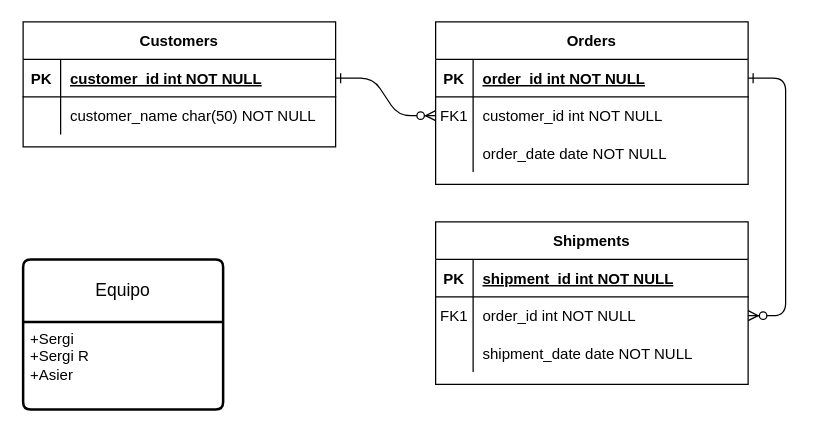
Above: ejercicio7.drawio in AsierGArranz/aga-sru-sa-t-UD12DiagramaER-11102023 (draw.io), before the change. Source tidied: cells renumbered, new cells numbered last; positions are measured from the earlier drawing's top-left corner, leaving out a move shared by most shapes. Both pictures are drawn from the tidied source at 125%, with x=0, y=0 at pixel (22, 21).
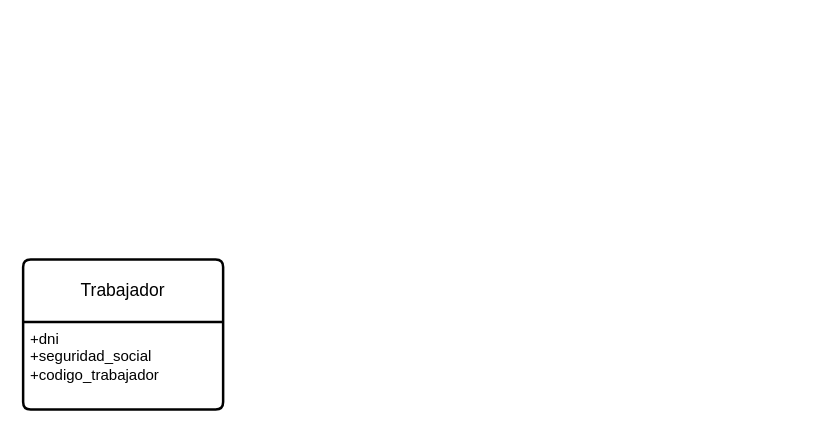
Above is the later version.

What changed in the source:
```diff
@@
-    <mxCell id="2" style="edgeStyle=entityRelationEdgeStyle;endArrow=ERzeroToMany;startArrow=ERone;endFill=1;startFill=0;" parent="1" edge="1" source="25" target="8">
-      <mxGeometry relative="1" as="geometry" />
-    </mxCell>
-    <mxCell id="3" style="edgeStyle=entityRelationEdgeStyle;endArrow=ERzeroToMany;startArrow=ERone;endFill=1;startFill=0;" parent="1" edge="1" source="5" target="18">
-      <mxGeometry relative="1" as="geometry" />
-    </mxCell>
-    <mxCell id="4" value="Orders" style="shape=table;startSize=30;childLayout=tableLayout;rowLines=0;fontStyle=1;align=center;" parent="1" vertex="1">
-      <mxGeometry x="330" width="250" height="130" as="geometry" />
-    </mxCell>
-    <mxCell id="5" style="shape=partialRectangle;fillColor=none;points=[[0,0.5],[1,0.5]];portConstraint=eastwest;top=0;left=0;right=0;bottom=1;" parent="4" vertex="1">
-      <mxGeometry y="30" width="250" height="30" as="geometry" />
-    </mxCell>
-    <mxCell id="6" value="PK" style="shape=partialRectangle;overflow=hidden;fillColor=none;top=0;left=0;bottom=0;right=0;fontStyle=1;" parent="5" vertex="1">
-      <mxGeometry width="30" height="30" as="geometry" />
-    </mxCell>
-    <mxCell id="7" value="order_id int NOT NULL " style="shape=partialRectangle;overflow=hidden;fillColor=none;top=0;left=0;bottom=0;right=0;align=left;spacingLeft=6;fontStyle=5;" parent="5" vertex="1">
-      <mxGeometry x="30" width="220" height="30" as="geometry" />
-    </mxCell>
-    <mxCell id="8" style="shape=partialRectangle;fillColor=none;points=[[0,0.5],[1,0.5]];portConstraint=eastwest;top=0;left=0;right=0;bottom=0;" parent="4" vertex="1">
-      <mxGeometry y="60" width="250" height="30" as="geometry" />
-    </mxCell>
-    <mxCell id="9" value="FK1" style="shape=partialRectangle;overflow=hidden;fillColor=none;top=0;left=0;bottom=0;right=0;" parent="8" vertex="1">
-      <mxGeometry width="30" height="30" as="geometry" />
-    </mxCell>
-    <mxCell id="10" value="customer_id int NOT NULL" style="shape=partialRectangle;overflow=hidden;fillColor=none;top=0;left=0;bottom=0;right=0;align=left;spacingLeft=6;" parent="8" vertex="1">
-      <mxGeometry x="30" width="220" height="30" as="geometry" />
-    </mxCell>
-    <mxCell id="11" style="shape=partialRectangle;fillColor=none;top=0;left=0;right=0;bottom=0;" parent="4" vertex="1">
-      <mxGeometry y="90" width="250" height="30" as="geometry" />
-    </mxCell>
-    <mxCell id="12" style="shape=partialRectangle;overflow=hidden;fillColor=none;top=0;left=0;bottom=0;right=0;" parent="11" vertex="1">
-      <mxGeometry width="30" height="30" as="geometry" />
-    </mxCell>
-    <mxCell id="13" value="order_date date NOT NULL" style="shape=partialRectangle;overflow=hidden;fillColor=none;top=0;left=0;bottom=0;right=0;align=left;spacingLeft=6;" parent="11" vertex="1">
-      <mxGeometry x="30" width="220" height="30" as="geometry" />
-    </mxCell>
-    <mxCell id="14" value="Shipments" style="shape=table;startSize=30;childLayout=tableLayout;rowLines=0;fontStyle=1;align=center;" parent="1" vertex="1">
-      <mxGeometry x="330" y="160" width="250" height="130" as="geometry" />
-    </mxCell>
-    <mxCell id="15" style="shape=partialRectangle;fillColor=none;top=0;left=0;right=0;bottom=1;" parent="14" vertex="1">
-      <mxGeometry y="30" width="250" height="30" as="geometry" />
-    </mxCell>
-    <mxCell id="16" value="PK" style="shape=partialRectangle;overflow=hidden;fillColor=none;top=0;left=0;bottom=0;right=0;fontStyle=1;" parent="15" vertex="1">
-      <mxGeometry width="30" height="30" as="geometry" />
-    </mxCell>
-    <mxCell id="17" value="shipment_id int NOT NULL " style="shape=partialRectangle;overflow=hidden;fillColor=none;top=0;left=0;bottom=0;right=0;align=left;spacingLeft=6;fontStyle=5;" parent="15" vertex="1">
-      <mxGeometry x="30" width="220" height="30" as="geometry" />
-    </mxCell>
-    <mxCell id="18" style="shape=partialRectangle;fillColor=none;points=[[0,0.5],[1,0.5]];portConstraint=eastwest;top=0;left=0;right=0;bottom=0;" parent="14" vertex="1">
-      <mxGeometry y="60" width="250" height="30" as="geometry" />
-    </mxCell>
-    <mxCell id="19" value="FK1" style="shape=partialRectangle;overflow=hidden;fillColor=none;top=0;left=0;bottom=0;right=0;" parent="18" vertex="1">
-      <mxGeometry width="30" height="30" as="geometry" />
-    </mxCell>
-    <mxCell id="20" value="order_id int NOT NULL" style="shape=partialRectangle;overflow=hidden;fillColor=none;top=0;left=0;bottom=0;right=0;align=left;spacingLeft=6;" parent="18" vertex="1">
-      <mxGeometry x="30" width="220" height="30" as="geometry" />
-    </mxCell>
-    <mxCell id="21" style="shape=partialRectangle;fillColor=none;top=0;left=0;right=0;bottom=0;" parent="14" vertex="1">
-      <mxGeometry y="90" width="250" height="30" as="geometry" />
-    </mxCell>
-    <mxCell id="22" style="shape=partialRectangle;overflow=hidden;fillColor=none;top=0;left=0;bottom=0;right=0;" parent="21" vertex="1">
-      <mxGeometry width="30" height="30" as="geometry" />
-    </mxCell>
-    <mxCell id="23" value="shipment_date date NOT NULL" style="shape=partialRectangle;overflow=hidden;fillColor=none;top=0;left=0;bottom=0;right=0;align=left;spacingLeft=6;" parent="21" vertex="1">
-      <mxGeometry x="30" width="220" height="30" as="geometry" />
-    </mxCell>
-    <mxCell id="24" value="Customers" style="shape=table;startSize=30;childLayout=tableLayout;rowLines=0;fontStyle=1;align=center;" parent="1" vertex="1">
-      <mxGeometry width="250" height="100" as="geometry" />
-    </mxCell>
-    <mxCell id="25" style="shape=partialRectangle;fillColor=none;points=[[0,0.5],[1,0.5]];portConstraint=eastwest;top=0;left=0;right=0;bottom=1;" parent="24" vertex="1">
-      <mxGeometry y="30" width="250" height="30" as="geometry" />
-    </mxCell>
-    <mxCell id="26" value="PK" style="shape=partialRectangle;overflow=hidden;fillColor=none;top=0;left=0;bottom=0;right=0;fontStyle=1;" parent="25" vertex="1">
-      <mxGeometry width="30" height="30" as="geometry" />
-    </mxCell>
-    <mxCell id="27" value="customer_id int NOT NULL " style="shape=partialRectangle;overflow=hidden;fillColor=none;top=0;left=0;bottom=0;right=0;align=left;spacingLeft=6;fontStyle=5;" parent="25" vertex="1">
-      <mxGeometry x="30" width="220" height="30" as="geometry" />
-    </mxCell>
-    <mxCell id="28" style="shape=partialRectangle;fillColor=none;top=0;left=0;right=0;bottom=0;" parent="24" vertex="1">
-      <mxGeometry y="60" width="250" height="30" as="geometry" />
-    </mxCell>
-    <mxCell id="29" style="shape=partialRectangle;overflow=hidden;fillColor=none;top=0;left=0;bottom=0;right=0;" parent="28" vertex="1">
-      <mxGeometry width="30" height="30" as="geometry" />
-    </mxCell>
-    <mxCell id="30" value="customer_name char(50) NOT NULL" style="shape=partialRectangle;overflow=hidden;fillColor=none;top=0;left=0;bottom=0;right=0;align=left;spacingLeft=6;" parent="28" vertex="1">
-      <mxGeometry x="30" width="220" height="30" as="geometry" />
-    </mxCell>
-    <mxCell id="31" value="Equipo" style="swimlane;horizontal=1;startSize=50;rounded=1;fontSize=14;fontStyle=0;strokeWidth=2;shadow=0;dashed=0;align=center;arcSize=4;whiteSpace=wrap;html=1;" parent="1" vertex="1">
+    <mxCell id="31" value="Trabajador" style="swimlane;horizontal=1;startSize=50;rounded=1;fontSize=14;fontStyle=0;strokeWidth=2;shadow=0;dashed=0;align=center;arcSize=4;whiteSpace=wrap;html=1;" parent="1" vertex="1">
       <mxGeometry y="190" width="160" height="120" as="geometry" />
     </mxCell>
-    <mxCell id="32" value="+Sergi&lt;br&gt;+Sergi R&lt;br&gt;+Asier" style="align=left;strokeColor=none;fillColor=none;spacingLeft=4;fontSize=12;verticalAlign=top;html=1;" parent="31" vertex="1">
+    <mxCell id="32" value="+dni&lt;br&gt;+seguridad_social&lt;br&gt;+codigo_trabajador" style="align=left;strokeColor=none;fillColor=none;spacingLeft=4;fontSize=12;verticalAlign=top;html=1;" parent="31" vertex="1">
       <mxGeometry y="50" width="160" height="70" as="geometry" />
     </mxCell>
```
